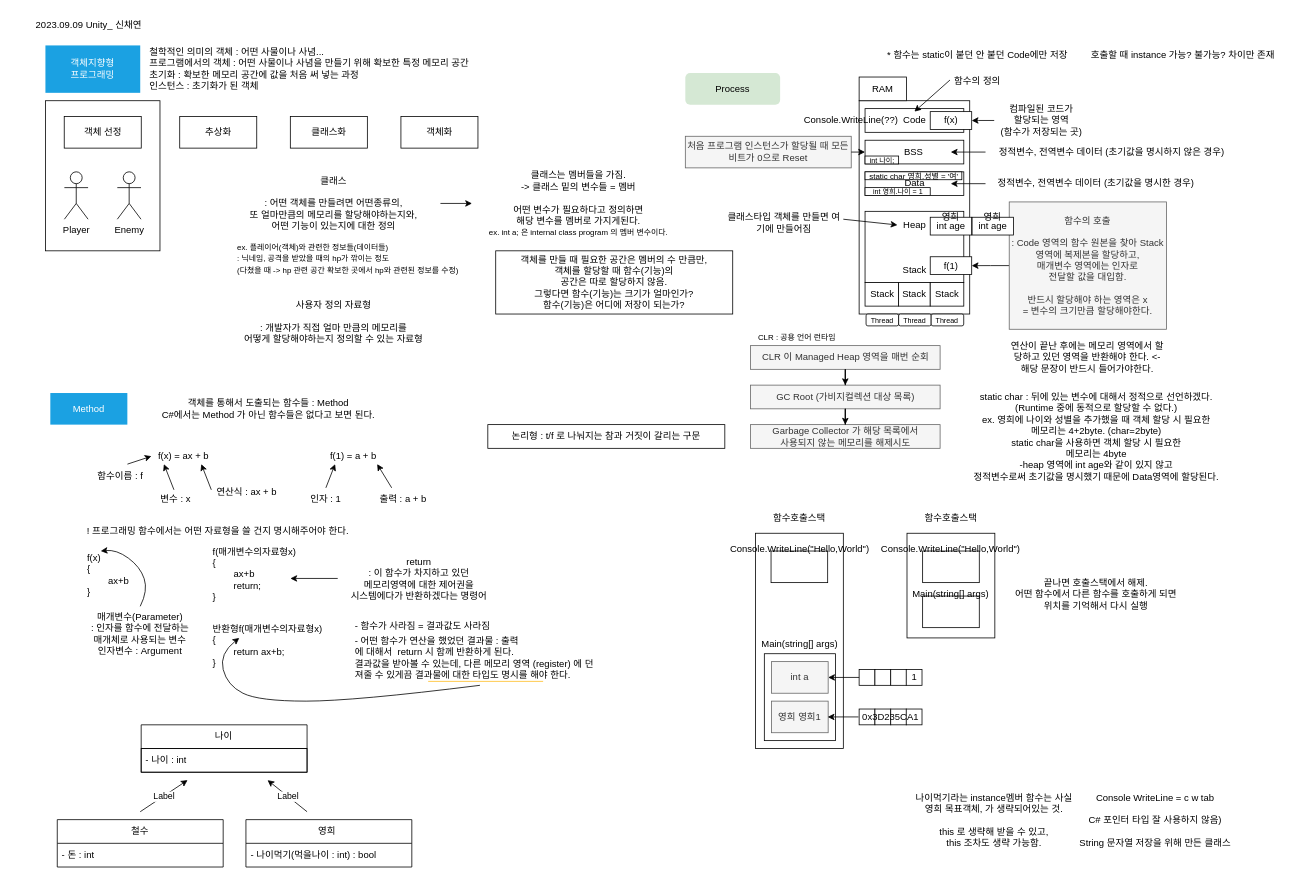
codus87/UnityStudy keeps this draw.io diagram as 20230909.drawio. Above is the earlier version. Source tidied: cells renumbered, new cells numbered last; positions are measured from the earlier drawing's top-left corner, leaving out a move shared by most shapes. Both pictures are drawn from the tidied source at 79%, with x=0, y=0 at pixel (13, 13).
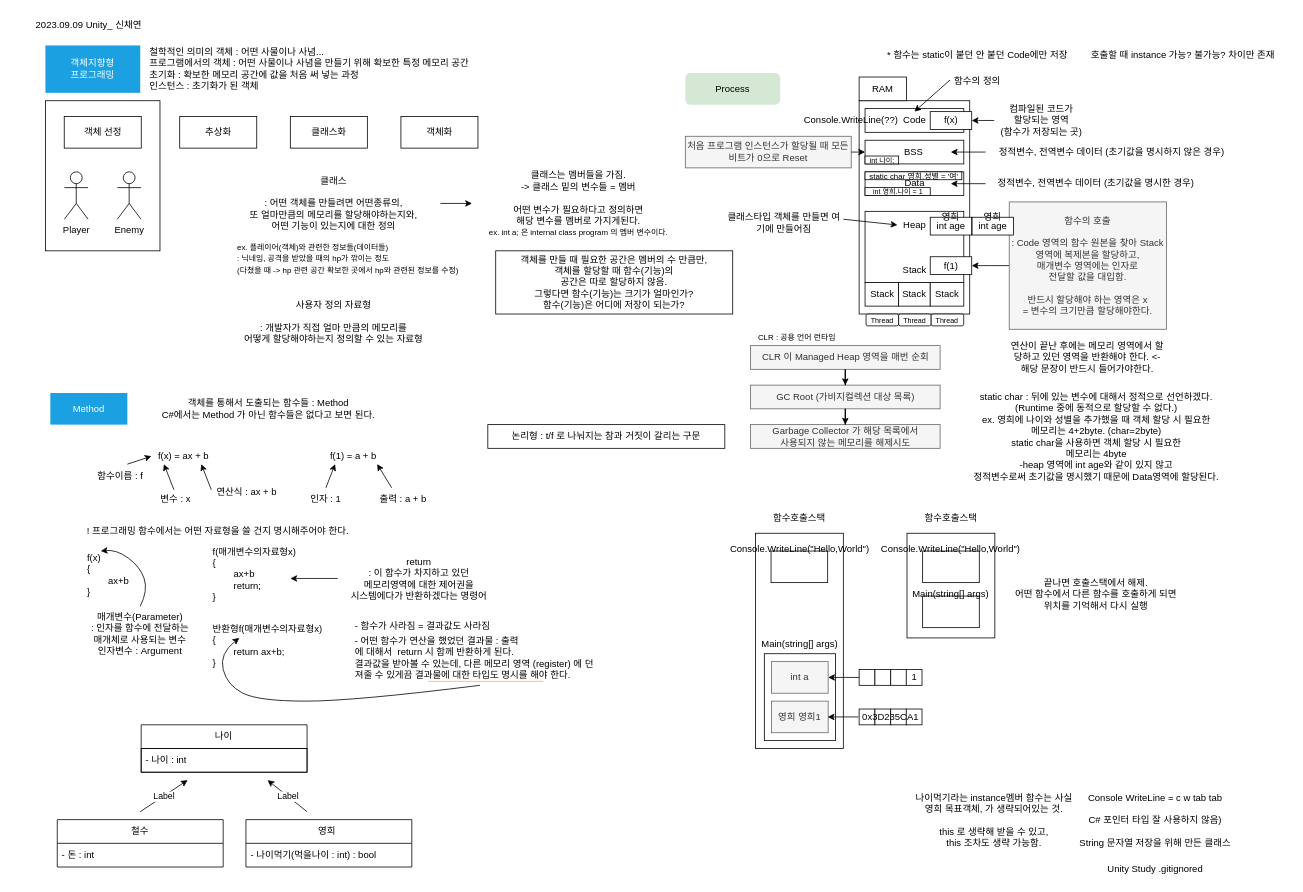
The same page after the edit.

What changed in the source:
```diff
@@
-    <mxCell id="121" value="Console WriteLine = c w tab" style="text;html=1;strokeColor=none;fillColor=none;align=center;verticalAlign=middle;whiteSpace=wrap;rounded=0;" parent="1" vertex="1">
+    <mxCell id="121" value="Console WriteLine = c w tab tab" style="text;html=1;strokeColor=none;fillColor=none;align=center;verticalAlign=middle;whiteSpace=wrap;rounded=0;" parent="1" vertex="1">
       <mxGeometry x="1310" y="980" width="270" height="25" as="geometry" />
     </mxCell>
@@
+    <mxCell id="139" value="Unity Study .gitignored" style="text;html=1;strokeColor=none;fillColor=none;align=center;verticalAlign=middle;whiteSpace=wrap;rounded=0;" parent="1" vertex="1">
+      <mxGeometry x="1310" y="1070" width="270" height="25" as="geometry" />
+    </mxCell>
```
